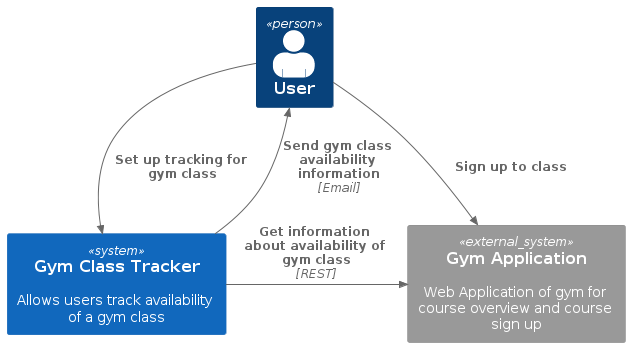
Before: docs/rendered/c4-context-diagram.png, a diagram exported from PlantUML (iris-hunkeler/gym-class-tracker).
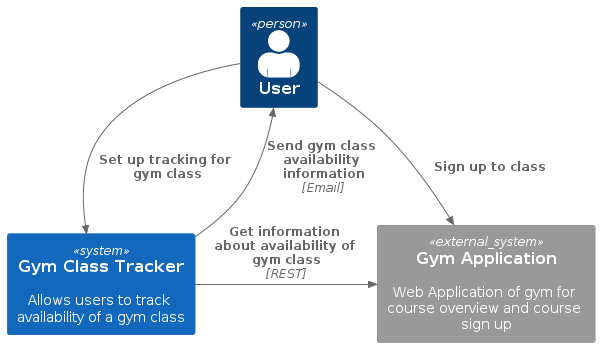
After the commit.

Diff of the diagram source:
```diff
@@ -3,8 +3,8 @@
 !include https://raw.githubusercontent.com/plantuml-stdlib/C4-PlantUML/master/C4_Container.puml
 
 Person(user, "User", $sprite="person2")
-System(system, "Gym Class Tracker", "Allows users track availability of a gym class")
-System_Ext(gym, "Gym Application", "", $descr="Web Application of gym for course overview and course sign up")
+System(system, "Gym Class Tracker", "Allows users to track availability of a gym class")
+System_Ext(gym, "Gym Application", "Web Application of gym for course overview and course sign up")
 
 Rel_D(user, system, "Set up tracking for gym class")
 Rel_R(system, gym, "Get information about availability of gym class", "REST")
```
